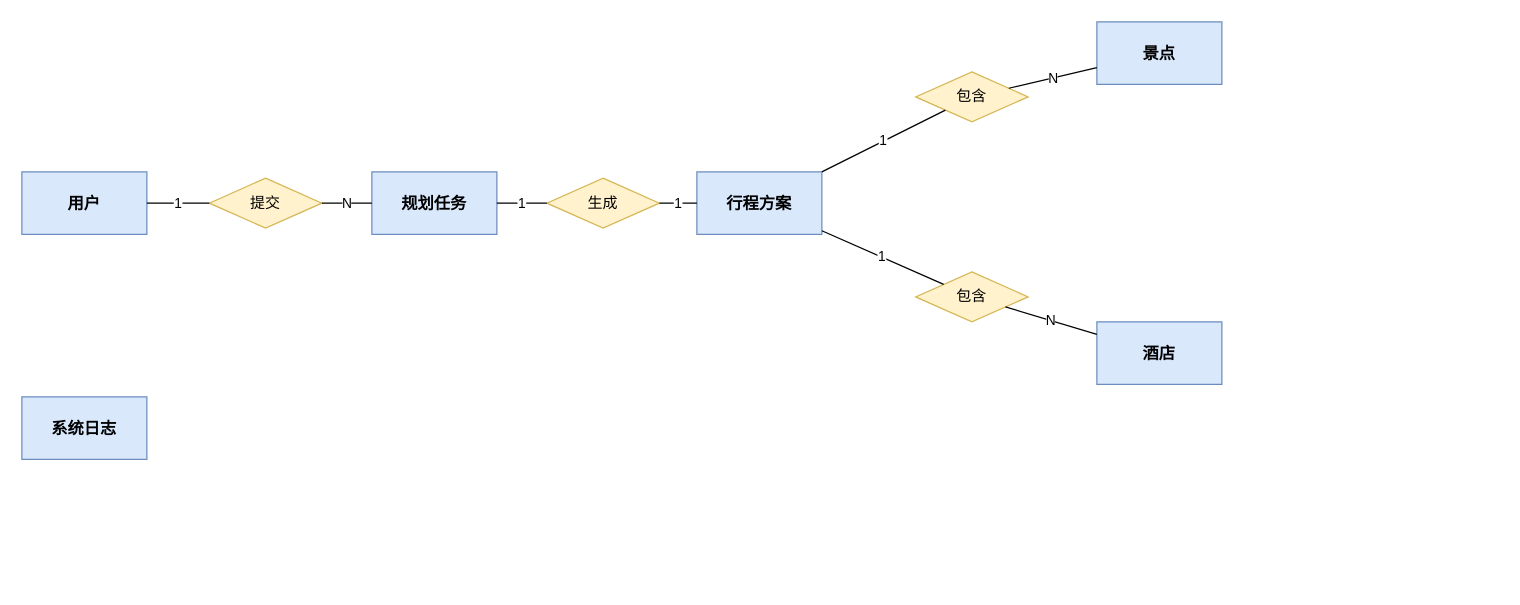
Above: docs/diagrams/图3-8_系统E-R图.drawio in yirundong/tripmind-intelligent-trip-planner (draw.io), before the change. Source tidied: cells renumbered, new cells numbered last; positions are measured from the earlier drawing's top-left corner, leaving out a move shared by most shapes. Both pictures are drawn from the tidied source at 125%, with x=0, y=0 at pixel (21, 21).
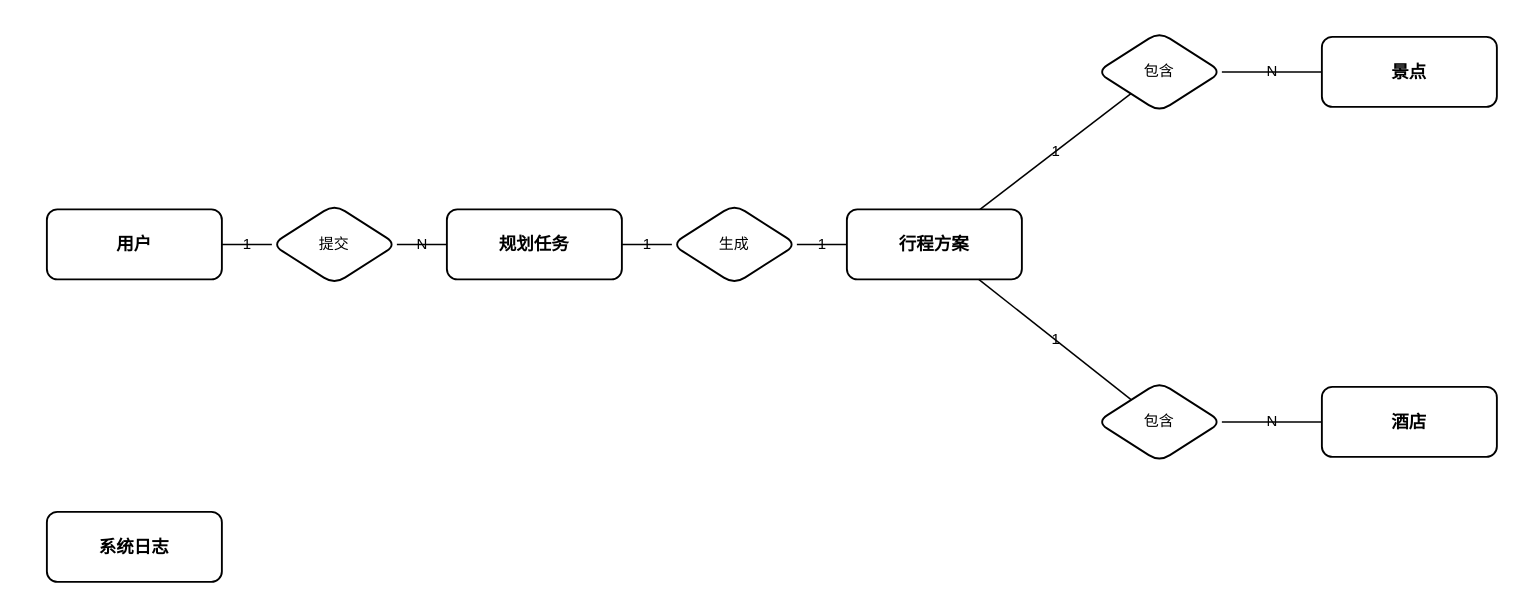
The same diagram, later.

Diff of the diagram source:
```diff
@@
 <mxGraphModel>
   <root>
     <mxCell id="0" />
     <mxCell id="1" parent="0" />
-    <mxCell id="2" value="用户" style="rounded=0;whiteSpace=wrap;html=1;fontSize=13;fontStyle=1;fillColor=#dae8fc;strokeColor=#6c8ebf;" parent="1" vertex="1">
-      <mxGeometry y="120" width="100" height="50" as="geometry" />
+    <mxCell id="2" value="用户" style="rounded=1;whiteSpace=wrap;html=1;fontSize=14;fontStyle=1;strokeWidth=1.5;labelBackgroundColor=none;" parent="1" vertex="1">
+      <mxGeometry x="20" y="150" width="140" height="56" as="geometry" />
     </mxCell>
+    <mxCell id="8" value="提交" style="rhombus;whiteSpace=wrap;html=1;fontSize=12;strokeWidth=1.5;labelBackgroundColor=none;rounded=1;" parent="1" vertex="1">
+      <mxGeometry x="200" y="146" width="100" height="64" as="geometry" />
+    </mxCell>
-    <mxCell id="3" value="规划任务" style="rounded=0;whiteSpace=wrap;html=1;fontSize=13;fontStyle=1;fillColor=#dae8fc;strokeColor=#6c8ebf;" parent="1" vertex="1">
-      <mxGeometry x="280" y="120" width="100" height="50" as="geometry" />
+    <mxCell id="3" value="规划任务" style="rounded=1;whiteSpace=wrap;html=1;fontSize=14;fontStyle=1;strokeWidth=1.5;labelBackgroundColor=none;" parent="1" vertex="1">
+      <mxGeometry x="340" y="150" width="140" height="56" as="geometry" />
     </mxCell>
+    <mxCell id="9" value="生成" style="rhombus;whiteSpace=wrap;html=1;fontSize=12;strokeWidth=1.5;labelBackgroundColor=none;rounded=1;" parent="1" vertex="1">
+      <mxGeometry x="520" y="146" width="100" height="64" as="geometry" />
+    </mxCell>
-    <mxCell id="4" value="行程方案" style="rounded=0;whiteSpace=wrap;html=1;fontSize=13;fontStyle=1;fillColor=#dae8fc;strokeColor=#6c8ebf;" parent="1" vertex="1">
-      <mxGeometry x="540" y="120" width="100" height="50" as="geometry" />
+    <mxCell id="4" value="行程方案" style="rounded=1;whiteSpace=wrap;html=1;fontSize=14;fontStyle=1;strokeWidth=1.5;labelBackgroundColor=none;" parent="1" vertex="1">
+      <mxGeometry x="660" y="150" width="140" height="56" as="geometry" />
     </mxCell>
+    <mxCell id="10" value="包含" style="rhombus;whiteSpace=wrap;html=1;fontSize=12;strokeWidth=1.5;labelBackgroundColor=none;rounded=1;" parent="1" vertex="1">
+      <mxGeometry x="860" y="8" width="100" height="64" as="geometry" />
+    </mxCell>
-    <mxCell id="5" value="景点" style="rounded=0;whiteSpace=wrap;html=1;fontSize=13;fontStyle=1;fillColor=#dae8fc;strokeColor=#6c8ebf;" parent="1" vertex="1">
-      <mxGeometry x="860" width="100" height="50" as="geometry" />
+    <mxCell id="5" value="景点" style="rounded=1;whiteSpace=wrap;html=1;fontSize=14;fontStyle=1;strokeWidth=1.5;labelBackgroundColor=none;" parent="1" vertex="1">
+      <mxGeometry x="1040" y="12" width="140" height="56" as="geometry" />
     </mxCell>
+    <mxCell id="11" value="包含" style="rhombus;whiteSpace=wrap;html=1;fontSize=12;strokeWidth=1.5;labelBackgroundColor=none;rounded=1;" parent="1" vertex="1">
+      <mxGeometry x="860" y="288" width="100" height="64" as="geometry" />
+    </mxCell>
-    <mxCell id="6" value="酒店" style="rounded=0;whiteSpace=wrap;html=1;fontSize=13;fontStyle=1;fillColor=#dae8fc;strokeColor=#6c8ebf;" parent="1" vertex="1">
-      <mxGeometry x="860" y="240" width="100" height="50" as="geometry" />
+    <mxCell id="6" value="酒店" style="rounded=1;whiteSpace=wrap;html=1;fontSize=14;fontStyle=1;strokeWidth=1.5;labelBackgroundColor=none;" parent="1" vertex="1">
+      <mxGeometry x="1040" y="292" width="140" height="56" as="geometry" />
     </mxCell>
-    <mxCell id="7" value="系统日志" style="rounded=0;whiteSpace=wrap;html=1;fontSize=13;fontStyle=1;fillColor=#dae8fc;strokeColor=#6c8ebf;" parent="1" vertex="1">
-      <mxGeometry y="300" width="100" height="50" as="geometry" />
+    <mxCell id="7" value="系统日志" style="rounded=1;whiteSpace=wrap;html=1;fontSize=14;fontStyle=1;strokeWidth=1.5;labelBackgroundColor=none;" parent="1" vertex="1">
+      <mxGeometry x="20" y="392" width="140" height="56" as="geometry" />
     </mxCell>
-    <mxCell id="8" value="提交" style="rhombus;whiteSpace=wrap;html=1;fontSize=12;fillColor=#fff2cc;strokeColor=#d6b656;" parent="1" vertex="1">
-      <mxGeometry x="150" y="125" width="90" height="40" as="geometry" />
-    </mxCell>
-    <mxCell id="9" value="生成" style="rhombus;whiteSpace=wrap;html=1;fontSize=12;fillColor=#fff2cc;strokeColor=#d6b656;" parent="1" vertex="1">
-      <mxGeometry x="420" y="125" width="90" height="40" as="geometry" />
-    </mxCell>
-    <mxCell id="10" value="包含" style="rhombus;whiteSpace=wrap;html=1;fontSize=12;fillColor=#fff2cc;strokeColor=#d6b656;" parent="1" vertex="1">
-      <mxGeometry x="715" y="40" width="90" height="40" as="geometry" />
-    </mxCell>
-    <mxCell id="11" value="包含" style="rhombus;whiteSpace=wrap;html=1;fontSize=12;fillColor=#fff2cc;strokeColor=#d6b656;" parent="1" vertex="1">
-      <mxGeometry x="715" y="200" width="90" height="40" as="geometry" />
-    </mxCell>
-    <mxCell id="12" value="1" style="endArrow=none;html=1;fontSize=11;" parent="1" edge="1" source="2" target="8">
+    <mxCell id="12" value="1" style="endArrow=none;html=1;fontSize=12;strokeWidth=1.2;labelBackgroundColor=none;fontColor=default;" parent="1" edge="1" source="2" target="8">
       <mxGeometry relative="1" as="geometry" />
     </mxCell>
-    <mxCell id="13" value="N" style="endArrow=none;html=1;fontSize=11;" parent="1" edge="1" source="8" target="3">
+    <mxCell id="13" value="N" style="endArrow=none;html=1;fontSize=12;strokeWidth=1.2;labelBackgroundColor=none;fontColor=default;" parent="1" edge="1" source="8" target="3">
       <mxGeometry relative="1" as="geometry" />
     </mxCell>
-    <mxCell id="14" value="1" style="endArrow=none;html=1;fontSize=11;" parent="1" edge="1" source="3" target="9">
+    <mxCell id="14" value="1" style="endArrow=none;html=1;fontSize=12;strokeWidth=1.2;labelBackgroundColor=none;fontColor=default;" parent="1" edge="1" source="3" target="9">
       <mxGeometry relative="1" as="geometry" />
     </mxCell>
-    <mxCell id="15" value="1" style="endArrow=none;html=1;fontSize=11;" parent="1" edge="1" source="9" target="4">
+    <mxCell id="15" value="1" style="endArrow=none;html=1;fontSize=12;strokeWidth=1.2;labelBackgroundColor=none;fontColor=default;" parent="1" edge="1" source="9" target="4">
       <mxGeometry relative="1" as="geometry" />
     </mxCell>
-    <mxCell id="16" value="1" style="endArrow=none;html=1;fontSize=11;" parent="1" edge="1" source="4" target="10">
+    <mxCell id="16" value="1" style="endArrow=none;html=1;fontSize=12;strokeWidth=1.2;labelBackgroundColor=none;fontColor=default;" parent="1" edge="1" source="4" target="10">
       <mxGeometry relative="1" as="geometry" />
     </mxCell>
-    <mxCell id="17" value="N" style="endArrow=none;html=1;fontSize=11;" parent="1" edge="1" source="10" target="5">
+    <mxCell id="17" value="N" style="endArrow=none;html=1;fontSize=12;strokeWidth=1.2;labelBackgroundColor=none;fontColor=default;" parent="1" edge="1" source="10" target="5">
       <mxGeometry relative="1" as="geometry" />
     </mxCell>
-    <mxCell id="18" value="1" style="endArrow=none;html=1;fontSize=11;" parent="1" edge="1" source="4" target="11">
+    <mxCell id="18" value="1" style="endArrow=none;html=1;fontSize=12;strokeWidth=1.2;labelBackgroundColor=none;fontColor=default;" parent="1" edge="1" source="4" target="11">
       <mxGeometry relative="1" as="geometry" />
     </mxCell>
-    <mxCell id="19" value="N" style="endArrow=none;html=1;fontSize=11;" parent="1" edge="1" source="11" target="6">
+    <mxCell id="19" value="N" style="endArrow=none;html=1;fontSize=12;strokeWidth=1.2;labelBackgroundColor=none;fontColor=default;" parent="1" edge="1" source="11" target="6">
       <mxGeometry relative="1" as="geometry" />
     </mxCell>
   </root>
 </mxGraphModel>
```
